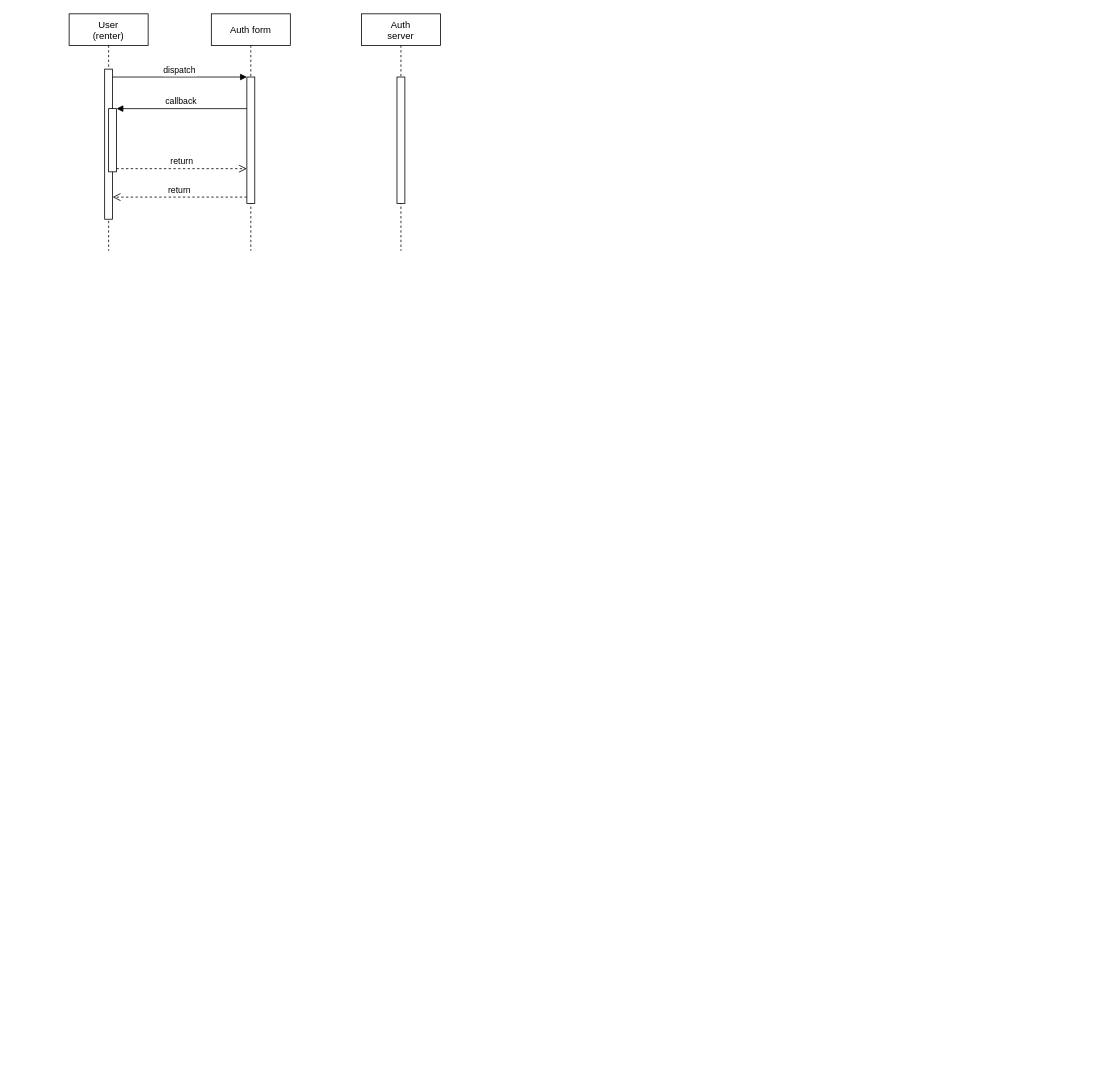
The draw.io diagram Untitled Diagram.drawio in dawid86/rento, before the edit. Source tidied: cells renumbered, new cells numbered last; positions are measured from the earlier drawing's top-left corner, leaving out a move shared by most shapes. Both pictures are drawn from the tidied source at 79%, with x=0, y=0 at pixel (69, 13).
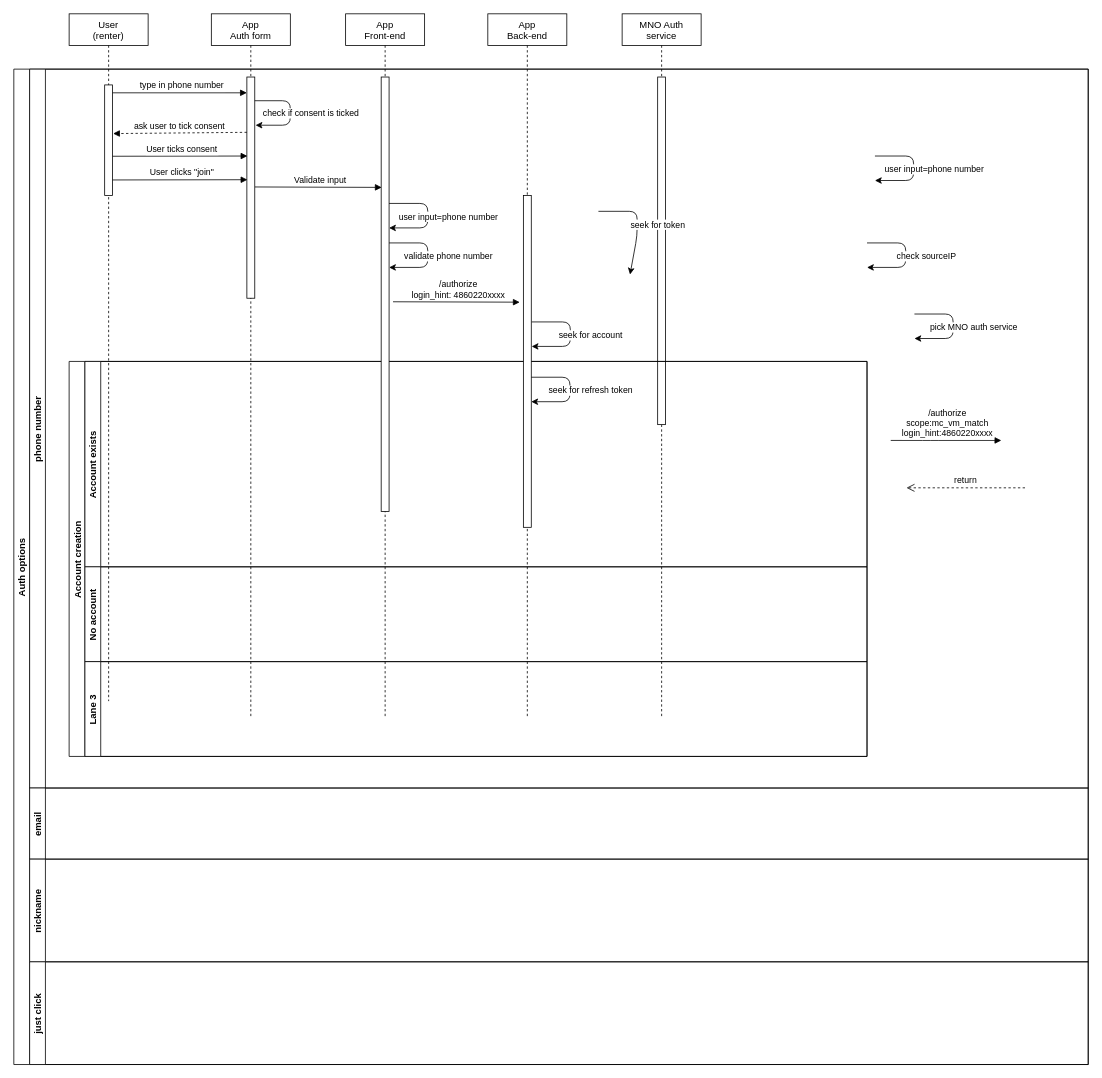
Above is the later version.

Change to the diagram source:
```diff
@@
     <mxCell id="2" value="User&#10;(renter)" style="shape=umlLifeline;perimeter=lifelinePerimeter;rounded=0;shadow=0;strokeWidth=1;" parent="1" vertex="1">
-      <mxGeometry width="100" height="300" as="geometry" />
+      <mxGeometry width="100" height="870" as="geometry" />
     </mxCell>
-    <mxCell id="3" style="points=[];perimeter=orthogonalPerimeter;rounded=0;shadow=0;strokeWidth=1;" parent="2" vertex="1">
-      <mxGeometry x="45" y="70" width="10" height="190" as="geometry" />
-    </mxCell>
-    <mxCell id="4" style="points=[];perimeter=orthogonalPerimeter;rounded=0;shadow=0;strokeWidth=1;" parent="2" vertex="1">
-      <mxGeometry x="50" y="120" width="10" height="80" as="geometry" />
-    </mxCell>
-    <mxCell id="5" value="Auth form" style="shape=umlLifeline;perimeter=lifelinePerimeter;rounded=0;shadow=0;strokeWidth=1;" parent="1" vertex="1">
-      <mxGeometry x="180" width="100" height="300" as="geometry" />
+    <mxCell id="5" value="App&#10;Auth form" style="shape=umlLifeline;perimeter=lifelinePerimeter;rounded=0;shadow=0;strokeWidth=1;" parent="1" vertex="1">
+      <mxGeometry x="180" width="100" height="890" as="geometry" />
     </mxCell>
     <mxCell id="6" style="points=[];perimeter=orthogonalPerimeter;rounded=0;shadow=0;strokeWidth=1;" parent="5" vertex="1">
-      <mxGeometry x="45" y="80" width="10" height="160" as="geometry" />
+      <mxGeometry x="45" y="80" width="10" height="280" as="geometry" />
     </mxCell>
-    <mxCell id="7" value="return" style="verticalAlign=bottom;endArrow=open;dashed=1;endSize=8;exitX=0;exitY=0.95;shadow=0;strokeWidth=1;" parent="1" edge="1" source="6" target="3">
-      <mxGeometry relative="1" as="geometry" />
-    </mxCell>
-    <mxCell id="8" value="dispatch" style="verticalAlign=bottom;endArrow=block;entryX=0;entryY=0;shadow=0;strokeWidth=1;" parent="1" edge="1" source="3" target="6">
-      <mxGeometry relative="1" as="geometry" />
-    </mxCell>
+    <mxCell id="13" style="endArrow=classic;html=1;" parent="5" edge="1" source="6">
+      <mxGeometry relative="1" as="geometry">
+        <mxPoint x="56" y="141" as="targetPoint" />
+        <Array as="points">
+          <mxPoint x="100" y="110" />
+          <mxPoint x="100" y="141" />
+        </Array>
+      </mxGeometry>
+    </mxCell>
+    <mxCell id="14" value="check if consent is ticked" style="edgeLabel;html=1;align=center;verticalAlign=middle;" parent="13" vertex="1">
+      <mxGeometry relative="1" as="geometry">
+        <mxPoint x="25" as="offset" />
+      </mxGeometry>
+    </mxCell>
-    <mxCell id="9" value="callback" style="verticalAlign=bottom;endArrow=block;entryX=1;entryY=0;shadow=0;strokeWidth=1;" parent="1" edge="1" source="6" target="4">
-      <mxGeometry relative="1" as="geometry" />
+    <mxCell id="9" value="ask user to tick consent" style="verticalAlign=bottom;endArrow=block;shadow=0;strokeWidth=1;entryX=1.067;entryY=0.44;entryDx=0;entryDy=0;entryPerimeter=0;dashed=1;" parent="1" edge="1" source="6" target="4">
+      <mxGeometry relative="1" as="geometry">
+        <Array as="points">
+          <mxPoint x="225" y="150" />
+        </Array>
+      </mxGeometry>
     </mxCell>
-    <mxCell id="10" value="return" style="verticalAlign=bottom;endArrow=open;dashed=1;endSize=8;exitX=1;exitY=0.95;shadow=0;strokeWidth=1;" parent="1" edge="1" source="4" target="6">
-      <mxGeometry relative="1" as="geometry" />
-    </mxCell>
-    <mxCell id="11" value="Auth&#10;server" style="shape=umlLifeline;perimeter=lifelinePerimeter;rounded=0;shadow=0;strokeWidth=1;" parent="1" vertex="1">
-      <mxGeometry x="370" width="100" height="300" as="geometry" />
+    <mxCell id="11" value="MNO Auth&#10;service" style="shape=umlLifeline;perimeter=lifelinePerimeter;rounded=0;shadow=0;strokeWidth=1;" parent="1" vertex="1">
+      <mxGeometry x="700" width="100" height="890" as="geometry" />
     </mxCell>
     <mxCell id="12" style="perimeter=orthogonalPerimeter;rounded=0;shadow=0;strokeWidth=1;" parent="11" vertex="1">
-      <mxGeometry x="45" y="80" width="10" height="160" as="geometry" />
+      <mxGeometry x="45" y="80" width="10" height="440" as="geometry" />
     </mxCell>
+    <mxCell id="15" value="Auth options" style="swimlane;horizontal=0;startSize=20;" parent="1" vertex="1">
+      <mxGeometry x="-70" y="70" width="1360" height="1260" as="geometry" />
+    </mxCell>
+    <mxCell id="16" value="phone number" style="swimlane;startSize=20;horizontal=0;" parent="15" vertex="1">
+      <mxGeometry x="20" width="1340" height="910" as="geometry" />
+    </mxCell>
+    <mxCell id="4" style="points=[];perimeter=orthogonalPerimeter;rounded=0;shadow=0;strokeWidth=1;" parent="16" vertex="1">
+      <mxGeometry x="95" y="20" width="10" height="140" as="geometry" />
+    </mxCell>
+    <mxCell id="8" value="type in phone number" style="verticalAlign=bottom;endArrow=block;shadow=0;strokeWidth=1;" parent="16" edge="1" target="6">
+      <mxGeometry x="0.03" relative="1" as="geometry">
+        <mxPoint x="105" y="30" as="sourcePoint" />
+      </mxGeometry>
+    </mxCell>
+    <mxCell id="17" value="User ticks consent" style="verticalAlign=bottom;endArrow=block;shadow=0;strokeWidth=1;entryX=0.067;entryY=0.123;entryDx=0;entryDy=0;entryPerimeter=0;" parent="16" edge="1">
+      <mxGeometry x="0.03" relative="1" as="geometry">
+        <mxPoint x="105" y="110.3" as="sourcePoint" />
+        <mxPoint x="275.7" y="110" as="targetPoint" />
+      </mxGeometry>
+    </mxCell>
+    <mxCell id="18" value="User clicks &quot;join&quot;" style="verticalAlign=bottom;endArrow=block;shadow=0;strokeWidth=1;entryX=0.067;entryY=0.123;entryDx=0;entryDy=0;entryPerimeter=0;" parent="16" edge="1">
+      <mxGeometry x="0.03" relative="1" as="geometry">
+        <mxPoint x="105" y="140.3" as="sourcePoint" />
+        <mxPoint x="275.7" y="140" as="targetPoint" />
+      </mxGeometry>
+    </mxCell>
+    <mxCell id="19" style="endArrow=classic;html=1;" parent="16" edge="1">
+      <mxGeometry relative="1" as="geometry">
+        <mxPoint x="1060" y="220" as="sourcePoint" />
+        <mxPoint x="1060" y="251" as="targetPoint" />
+        <Array as="points">
+          <mxPoint x="1109" y="220" />
+          <mxPoint x="1109" y="251" />
+        </Array>
+      </mxGeometry>
+    </mxCell>
+    <mxCell id="20" value="check sourceIP" style="edgeLabel;html=1;align=center;verticalAlign=middle;" parent="19" vertex="1">
+      <mxGeometry relative="1" as="geometry">
+        <mxPoint x="25" as="offset" />
+      </mxGeometry>
+    </mxCell>
+    <mxCell id="21" value="/authorize&#10;login_hint: 4860220xxxx" style="verticalAlign=bottom;endArrow=block;shadow=0;strokeWidth=1;entryX=0.067;entryY=0.123;entryDx=0;entryDy=0;entryPerimeter=0;exitX=1.024;exitY=0.497;exitDx=0;exitDy=0;exitPerimeter=0;" parent="16" edge="1">
+      <mxGeometry x="0.03" relative="1" as="geometry">
+        <mxPoint x="460" y="294.5" as="sourcePoint" />
+        <mxPoint x="620.4" y="295" as="targetPoint" />
+      </mxGeometry>
+    </mxCell>
+    <mxCell id="22" style="endArrow=classic;html=1;" parent="16" edge="1">
+      <mxGeometry relative="1" as="geometry">
+        <mxPoint x="1070" y="110" as="sourcePoint" />
+        <mxPoint x="1070" y="141" as="targetPoint" />
+        <Array as="points">
+          <mxPoint x="1119" y="110" />
+          <mxPoint x="1119" y="141" />
+        </Array>
+      </mxGeometry>
+    </mxCell>
+    <mxCell id="23" value="user input=phone number" style="edgeLabel;html=1;align=center;verticalAlign=middle;" parent="22" vertex="1">
+      <mxGeometry relative="1" as="geometry">
+        <mxPoint x="25" as="offset" />
+      </mxGeometry>
+    </mxCell>
+    <mxCell id="24" style="endArrow=classic;html=1;" parent="16" edge="1">
+      <mxGeometry relative="1" as="geometry">
+        <mxPoint x="1120" y="310" as="sourcePoint" />
+        <mxPoint x="1120" y="341" as="targetPoint" />
+        <Array as="points">
+          <mxPoint x="1169" y="310" />
+          <mxPoint x="1169" y="341" />
+        </Array>
+      </mxGeometry>
+    </mxCell>
+    <mxCell id="25" value="pick MNO auth service" style="edgeLabel;html=1;align=center;verticalAlign=middle;" parent="24" vertex="1">
+      <mxGeometry relative="1" as="geometry">
+        <mxPoint x="25" as="offset" />
+      </mxGeometry>
+    </mxCell>
+    <mxCell id="26" value="/authorize&#10;scope:mc_vm_match&#10;login_hint:4860220xxxx" style="verticalAlign=bottom;endArrow=block;shadow=0;strokeWidth=1;" parent="16" edge="1">
+      <mxGeometry x="0.03" relative="1" as="geometry">
+        <mxPoint x="1090" y="470" as="sourcePoint" />
+        <mxPoint x="1230" y="470" as="targetPoint" />
+        <Array as="points">
+          <mxPoint x="1090" y="470" />
+          <mxPoint x="1140" y="470" />
+        </Array>
+      </mxGeometry>
+    </mxCell>
+    <mxCell id="27" style="endArrow=classic;html=1;" parent="16" edge="1">
+      <mxGeometry relative="1" as="geometry">
+        <mxPoint x="720" y="180" as="sourcePoint" />
+        <mxPoint x="760" y="260" as="targetPoint" />
+        <Array as="points">
+          <mxPoint x="769" y="180" />
+          <mxPoint x="769" y="211" />
+        </Array>
+      </mxGeometry>
+    </mxCell>
+    <mxCell id="28" value="seek for token" style="edgeLabel;html=1;align=center;verticalAlign=middle;" parent="27" vertex="1">
+      <mxGeometry relative="1" as="geometry">
+        <mxPoint x="25" as="offset" />
+      </mxGeometry>
+    </mxCell>
+    <mxCell id="29" value="Account creation" style="swimlane;horizontal=0;startSize=20;" parent="16" vertex="1">
+      <mxGeometry x="50" y="370" width="1010" height="500" as="geometry" />
+    </mxCell>
+    <mxCell id="30" value="Account exists" style="swimlane;startSize=20;horizontal=0;" parent="29" vertex="1">
+      <mxGeometry x="20" width="990" height="260" as="geometry" />
+    </mxCell>
+    <mxCell id="31" value="No account" style="swimlane;startSize=20;horizontal=0;" parent="29" vertex="1">
+      <mxGeometry x="20" y="260" width="990" height="120" as="geometry" />
+    </mxCell>
+    <mxCell id="32" value="Lane 3" style="swimlane;startSize=20;horizontal=0;" parent="29" vertex="1">
+      <mxGeometry x="20" y="380" width="990" height="120" as="geometry" />
+    </mxCell>
+    <mxCell id="7" value="return" style="verticalAlign=bottom;endArrow=open;dashed=1;endSize=8;shadow=0;strokeWidth=1;" parent="16" edge="1">
+      <mxGeometry relative="1" as="geometry">
+        <mxPoint x="1260" y="530" as="sourcePoint" />
+        <mxPoint x="1110" y="530" as="targetPoint" />
+      </mxGeometry>
+    </mxCell>
+    <mxCell id="33" value="email" style="swimlane;startSize=20;horizontal=0;" parent="15" vertex="1">
+      <mxGeometry x="20" y="910" width="1340" height="90" as="geometry" />
+    </mxCell>
+    <mxCell id="34" value="nickname" style="swimlane;startSize=20;horizontal=0;" parent="15" vertex="1">
+      <mxGeometry x="20" y="1000" width="1340" height="130" as="geometry" />
+    </mxCell>
+    <mxCell id="35" value="just click" style="swimlane;startSize=20;horizontal=0;" parent="15" vertex="1">
+      <mxGeometry x="20" y="1130" width="1340" height="130" as="geometry" />
+    </mxCell>
+    <mxCell id="36" value="App&#10;Front-end" style="shape=umlLifeline;perimeter=lifelinePerimeter;rounded=0;shadow=0;strokeWidth=1;" parent="1" vertex="1">
+      <mxGeometry x="350" width="100" height="890" as="geometry" />
+    </mxCell>
+    <mxCell id="37" style="perimeter=orthogonalPerimeter;rounded=0;shadow=0;strokeWidth=1;" parent="36" vertex="1">
+      <mxGeometry x="45" y="80" width="10" height="550" as="geometry" />
+    </mxCell>
+    <mxCell id="38" value="Validate input" style="verticalAlign=bottom;endArrow=block;shadow=0;strokeWidth=1;entryX=0.067;entryY=0.123;entryDx=0;entryDy=0;entryPerimeter=0;exitX=1.024;exitY=0.497;exitDx=0;exitDy=0;exitPerimeter=0;" parent="36" edge="1" source="6">
+      <mxGeometry x="0.03" relative="1" as="geometry">
+        <mxPoint x="45.7" y="219.7" as="targetPoint" />
+      </mxGeometry>
+    </mxCell>
+    <mxCell id="39" style="endArrow=classic;html=1;" parent="36" edge="1">
+      <mxGeometry relative="1" as="geometry">
+        <mxPoint x="55" y="240" as="sourcePoint" />
+        <mxPoint x="55" y="271" as="targetPoint" />
+        <Array as="points">
+          <mxPoint x="104" y="240" />
+          <mxPoint x="104" y="271" />
+        </Array>
+      </mxGeometry>
+    </mxCell>
+    <mxCell id="40" value="user input=phone number" style="edgeLabel;html=1;align=center;verticalAlign=middle;" parent="39" vertex="1">
+      <mxGeometry relative="1" as="geometry">
+        <mxPoint x="25" as="offset" />
+      </mxGeometry>
+    </mxCell>
+    <mxCell id="41" style="endArrow=classic;html=1;" parent="36" edge="1">
+      <mxGeometry relative="1" as="geometry">
+        <mxPoint x="55" y="290" as="sourcePoint" />
+        <mxPoint x="55" y="321" as="targetPoint" />
+        <Array as="points">
+          <mxPoint x="104" y="290" />
+          <mxPoint x="104" y="321" />
+        </Array>
+      </mxGeometry>
+    </mxCell>
+    <mxCell id="42" value="validate phone number" style="edgeLabel;html=1;align=center;verticalAlign=middle;" parent="41" vertex="1">
+      <mxGeometry relative="1" as="geometry">
+        <mxPoint x="25" as="offset" />
+      </mxGeometry>
+    </mxCell>
+    <mxCell id="43" value="App&#10;Back-end" style="shape=umlLifeline;perimeter=lifelinePerimeter;rounded=0;shadow=0;strokeWidth=1;" parent="1" vertex="1">
+      <mxGeometry x="530" width="100" height="890" as="geometry" />
+    </mxCell>
+    <mxCell id="44" style="perimeter=orthogonalPerimeter;rounded=0;shadow=0;strokeWidth=1;" parent="43" vertex="1">
+      <mxGeometry x="45" y="230" width="10" height="420" as="geometry" />
+    </mxCell>
+    <mxCell id="45" style="endArrow=classic;html=1;" parent="43" edge="1">
+      <mxGeometry relative="1" as="geometry">
+        <mxPoint x="55.5" y="390" as="sourcePoint" />
+        <mxPoint x="55.5" y="421" as="targetPoint" />
+        <Array as="points">
+          <mxPoint x="104.5" y="390" />
+          <mxPoint x="104.5" y="421" />
+        </Array>
+      </mxGeometry>
+    </mxCell>
+    <mxCell id="46" value="seek for account" style="edgeLabel;html=1;align=center;verticalAlign=middle;" parent="45" vertex="1">
+      <mxGeometry relative="1" as="geometry">
+        <mxPoint x="25" as="offset" />
+      </mxGeometry>
+    </mxCell>
+    <mxCell id="47" style="endArrow=classic;html=1;" parent="43" edge="1">
+      <mxGeometry relative="1" as="geometry">
+        <mxPoint x="55" y="460" as="sourcePoint" />
+        <mxPoint x="55" y="491" as="targetPoint" />
+        <Array as="points">
+          <mxPoint x="104" y="460" />
+          <mxPoint x="104" y="491" />
+        </Array>
+      </mxGeometry>
+    </mxCell>
+    <mxCell id="48" value="seek for refresh token" style="edgeLabel;html=1;align=center;verticalAlign=middle;" parent="47" vertex="1">
+      <mxGeometry relative="1" as="geometry">
+        <mxPoint x="25" as="offset" />
+      </mxGeometry>
+    </mxCell>
```
